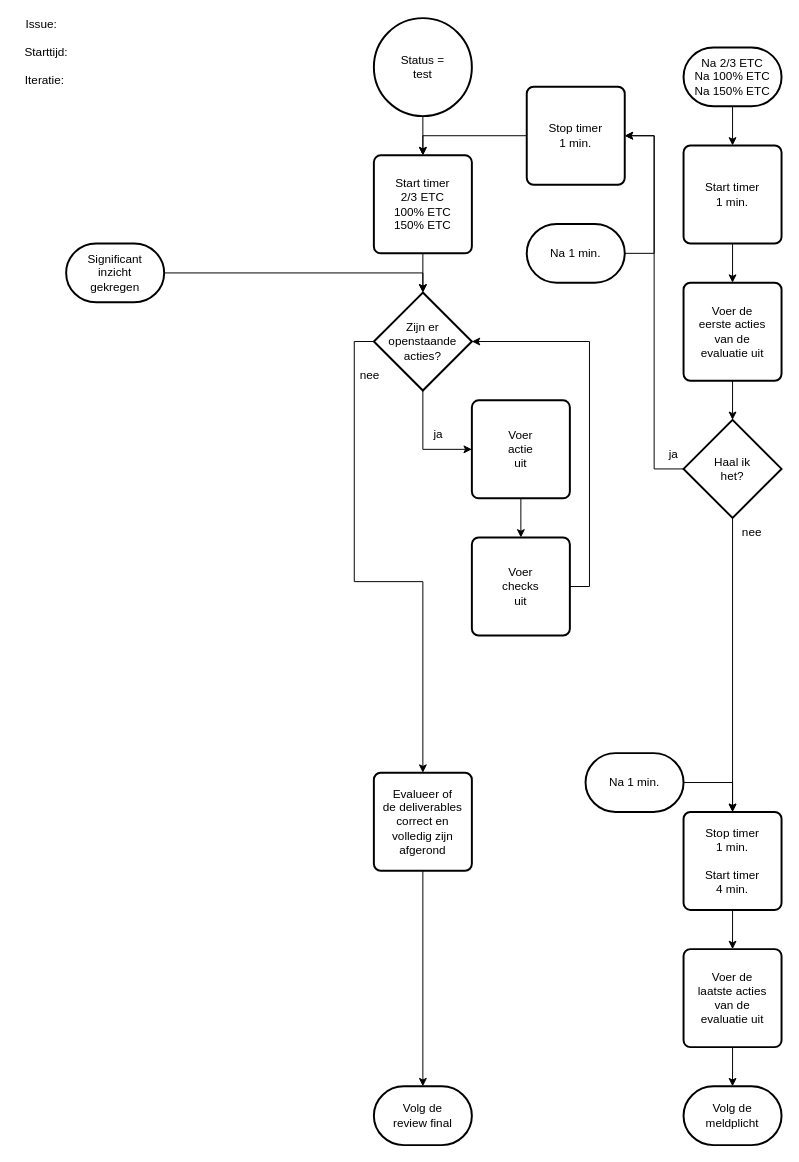
The draw.io diagram 8 Issue Tracker test.drawio in Zaibatsu89/IssueTracker, before the edit. Source tidied: cells renumbered, new cells numbered last; positions are measured from the earlier drawing's top-left corner, leaving out a move shared by most shapes. Both pictures are drawn from the tidied source at 98%, with x=0, y=0 at pixel (17, 18).
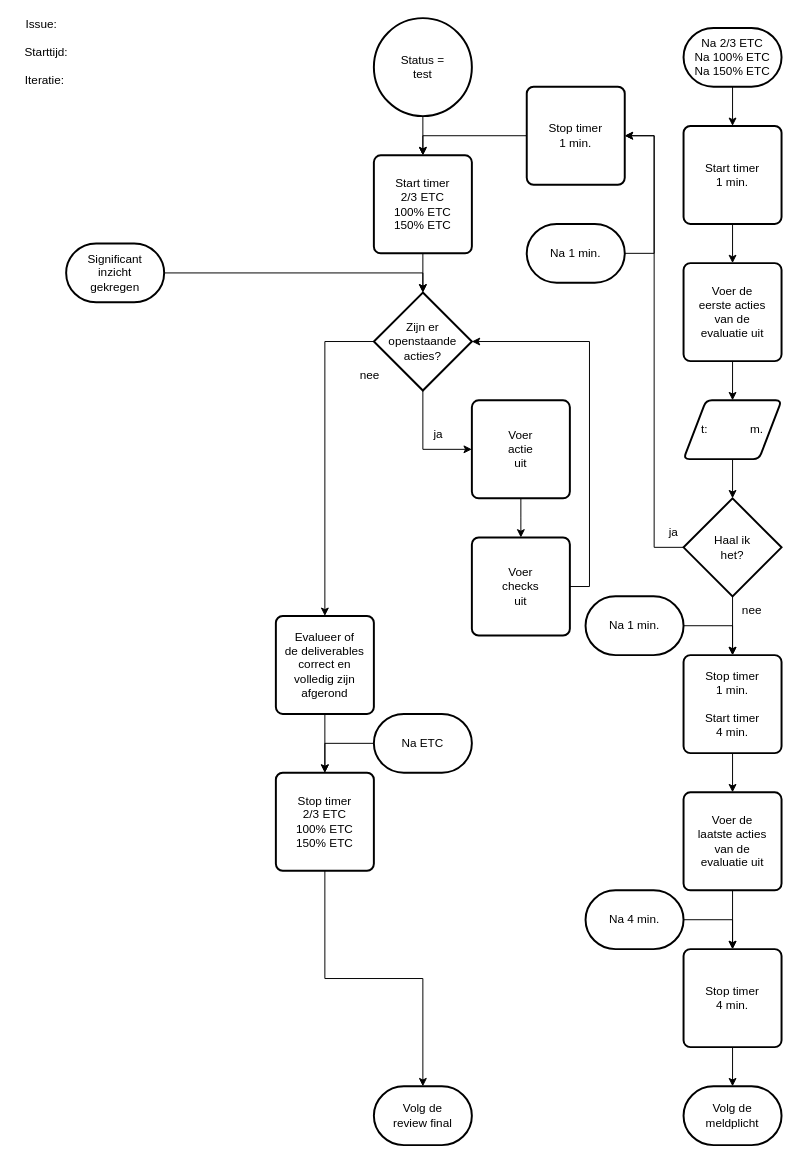
The same page after the edit.

Commit message (it also covers changes not shown here):
herstel stop timer bij 4 minuten evaluatie en 2/3, 100%, 150% ETC in intake, analyse, ontwerp, implementatie en test

Unchanged cells that the change refers to:
```xml
<mxCell id="7" value="Volg de&lt;br&gt;review final" style="strokeWidth=2;html=1;shape=mxgraph.flowchart.terminator;whiteSpace=wrap;" parent="1" vertex="1">
  <mxGeometry x="364" y="1090" width="100" height="60" as="geometry" />
</mxCell>
<mxCell id="30" value="Volg de&lt;br&gt;meldplicht" style="strokeWidth=2;html=1;shape=mxgraph.flowchart.terminator;whiteSpace=wrap;" parent="1" vertex="1">
  <mxGeometry x="680" y="1090" width="100" height="60" as="geometry" />
</mxCell>
```

Change to the diagram source:
```diff
@@
-    <mxCell id="5" style="edgeStyle=orthogonalEdgeStyle;rounded=0;jettySize=auto;html=1;" parent="1" edge="1" source="6" target="7">
-      <mxGeometry relative="1" as="geometry" />
-    </mxCell>
+    <mxCell id="43" style="edgeStyle=orthogonalEdgeStyle;rounded=0;jettySize=auto;html=1;" parent="1" edge="1" source="6" target="46">
+      <mxGeometry relative="1" as="geometry" />
+    </mxCell>
     <mxCell id="6" value="Evalueer of&lt;br&gt;de deliverables&lt;br&gt;correct en&lt;br&gt;volledig zijn&lt;br&gt;afgerond" style="rounded=1;whiteSpace=wrap;html=1;absoluteArcSize=1;arcSize=14;strokeWidth=2;" parent="1" vertex="1">
-      <mxGeometry x="364" y="770" width="100" height="100" as="geometry" />
+      <mxGeometry x="264" y="610" width="100" height="100" as="geometry" />
     </mxCell>
@@
     <mxCell id="10" value="Na 2/3 ETC&lt;br&gt;Na 100% ETC&lt;br&gt;Na 150% ETC" style="strokeWidth=2;html=1;shape=mxgraph.flowchart.terminator;whiteSpace=wrap;" parent="1" vertex="1">
-      <mxGeometry x="680" y="30" width="100" height="60" as="geometry" />
+      <mxGeometry x="680" y="10" width="100" height="60" as="geometry" />
     </mxCell>
@@
     <mxCell id="12" value="Start timer&lt;br&gt;1 min." style="rounded=1;whiteSpace=wrap;html=1;absoluteArcSize=1;arcSize=14;strokeWidth=2;" parent="1" vertex="1">
-      <mxGeometry x="680" y="130" width="100" height="100" as="geometry" />
+      <mxGeometry x="680" y="110" width="100" height="100" as="geometry" />
     </mxCell>
-    <mxCell id="13" style="edgeStyle=orthogonalEdgeStyle;rounded=0;jettySize=auto;html=1;" parent="1" edge="1" source="14" target="17">
-      <mxGeometry relative="1" as="geometry" />
-    </mxCell>
+    <mxCell id="44" style="edgeStyle=orthogonalEdgeStyle;rounded=0;jettySize=auto;html=1;" parent="1" edge="1" source="14" target="49">
+      <mxGeometry relative="1" as="geometry" />
+    </mxCell>
     <mxCell id="14" value="Voer de&lt;br&gt;eerste acties&lt;br&gt;van de&lt;br&gt;evaluatie uit" style="rounded=1;whiteSpace=wrap;html=1;absoluteArcSize=1;arcSize=14;strokeWidth=2;" parent="1" vertex="1">
-      <mxGeometry x="680" y="270" width="100" height="100" as="geometry" />
+      <mxGeometry x="680" y="250" width="100" height="100" as="geometry" />
     </mxCell>
@@
     <mxCell id="17" value="Haal ik&lt;br&gt;het?" style="strokeWidth=2;html=1;shape=mxgraph.flowchart.decision;whiteSpace=wrap;" parent="1" vertex="1">
-      <mxGeometry x="680" y="410" width="100" height="100" as="geometry" />
+      <mxGeometry x="680" y="490" width="100" height="100" as="geometry" />
     </mxCell>
@@
     <mxCell id="22" value="ja" style="text;html=1;whiteSpace=wrap;strokeColor=none;fillColor=none;align=center;verticalAlign=middle;rounded=0;" parent="1" vertex="1">
-      <mxGeometry x="640" y="430" width="60" height="30" as="geometry" />
+      <mxGeometry x="640" y="510" width="60" height="30" as="geometry" />
     </mxCell>
     <mxCell id="23" value="nee" style="text;html=1;whiteSpace=wrap;strokeColor=none;fillColor=none;align=center;verticalAlign=middle;rounded=0;" parent="1" vertex="1">
-      <mxGeometry x="720" y="510" width="60" height="30" as="geometry" />
+      <mxGeometry x="720" y="590" width="60" height="30" as="geometry" />
     </mxCell>
@@
     <mxCell id="25" value="Stop timer&lt;br&gt;1 min.&lt;br&gt;&lt;br&gt;Start timer&lt;br&gt;4 min." style="rounded=1;whiteSpace=wrap;html=1;absoluteArcSize=1;arcSize=14;strokeWidth=2;" parent="1" vertex="1">
-      <mxGeometry x="680" y="810" width="100" height="100" as="geometry" />
+      <mxGeometry x="680" y="650" width="100" height="100" as="geometry" />
     </mxCell>
@@
     <mxCell id="27" value="Na 1 min." style="strokeWidth=2;html=1;shape=mxgraph.flowchart.terminator;whiteSpace=wrap;" parent="1" vertex="1">
-      <mxGeometry x="580" y="750" width="100" height="60" as="geometry" />
+      <mxGeometry x="580" y="590" width="100" height="60" as="geometry" />
     </mxCell>
-    <mxCell id="28" style="edgeStyle=orthogonalEdgeStyle;rounded=0;jettySize=auto;html=1;" parent="1" edge="1" source="29" target="30">
-      <mxGeometry relative="1" as="geometry" />
-    </mxCell>
+    <mxCell id="45" style="edgeStyle=orthogonalEdgeStyle;rounded=0;jettySize=auto;html=1;" parent="1" edge="1" source="29" target="54">
+      <mxGeometry relative="1" as="geometry" />
+    </mxCell>
     <mxCell id="29" value="Voer de&lt;br&gt;laatste acties&lt;br&gt;van de&lt;br&gt;evaluatie uit" style="rounded=1;whiteSpace=wrap;html=1;absoluteArcSize=1;arcSize=14;strokeWidth=2;" parent="1" vertex="1">
-      <mxGeometry x="680" y="950" width="100" height="100" as="geometry" />
+      <mxGeometry x="680" y="790" width="100" height="100" as="geometry" />
     </mxCell>
@@
+    <mxCell id="46" value="Stop timer&lt;br&gt;&lt;div&gt;2/3 ETC&lt;br&gt;100% ETC&lt;br&gt;150% ETC&lt;/div&gt;" style="rounded=1;whiteSpace=wrap;html=1;absoluteArcSize=1;arcSize=14;strokeWidth=2;" parent="1" vertex="1">
+      <mxGeometry x="264" y="770" width="100" height="100" as="geometry" />
+    </mxCell>
+    <mxCell id="47" style="edgeStyle=orthogonalEdgeStyle;rounded=0;jettySize=auto;html=1;exitX=1;exitY=0.5;exitDx=0;exitDy=0;exitPerimeter=0;entryX=0.5;entryY=0;entryDx=0;entryDy=0;" parent="1" edge="1" source="48" target="54">
+      <mxGeometry relative="1" as="geometry" />
+    </mxCell>
+    <mxCell id="48" value="Na 4 min." style="strokeWidth=2;html=1;shape=mxgraph.flowchart.terminator;whiteSpace=wrap;" parent="1" vertex="1">
+      <mxGeometry x="580" y="890" width="100" height="60" as="geometry" />
+    </mxCell>
+    <mxCell id="49" value="t:&amp;nbsp; &amp;nbsp; &amp;nbsp; &amp;nbsp; &amp;nbsp; &amp;nbsp; &amp;nbsp;m." style="shape=parallelogram;html=1;strokeWidth=2;perimeter=parallelogramPerimeter;whiteSpace=wrap;rounded=1;arcSize=12;size=0.23;" parent="1" vertex="1">
+      <mxGeometry x="680" y="390" width="100" height="60" as="geometry" />
+    </mxCell>
+    <mxCell id="50" style="edgeStyle=orthogonalEdgeStyle;rounded=0;jettySize=auto;html=1;exitX=0.5;exitY=1;exitDx=0;exitDy=0;entryX=0.5;entryY=0;entryDx=0;entryDy=0;entryPerimeter=0;" parent="1" edge="1" source="46" target="7">
+      <mxGeometry relative="1" as="geometry" />
+    </mxCell>
+    <mxCell id="51" style="edgeStyle=orthogonalEdgeStyle;rounded=0;jettySize=auto;html=1;exitX=0;exitY=0.5;exitDx=0;exitDy=0;exitPerimeter=0;entryX=0.5;entryY=0;entryDx=0;entryDy=0;" parent="1" edge="1" source="52" target="46">
+      <mxGeometry relative="1" as="geometry" />
+    </mxCell>
+    <mxCell id="52" value="Na ETC" style="strokeWidth=2;html=1;shape=mxgraph.flowchart.terminator;whiteSpace=wrap;" parent="1" vertex="1">
+      <mxGeometry x="364" y="710" width="100" height="60" as="geometry" />
+    </mxCell>
+    <mxCell id="53" style="edgeStyle=orthogonalEdgeStyle;rounded=0;jettySize=auto;html=1;" parent="1" edge="1" source="54" target="30">
+      <mxGeometry relative="1" as="geometry" />
+    </mxCell>
+    <mxCell id="54" value="Stop timer&lt;br&gt;&lt;div&gt;4 min.&lt;/div&gt;" style="rounded=1;whiteSpace=wrap;html=1;absoluteArcSize=1;arcSize=14;strokeWidth=2;" parent="1" vertex="1">
+      <mxGeometry x="680" y="950" width="100" height="100" as="geometry" />
+    </mxCell>
+    <mxCell id="55" style="edgeStyle=orthogonalEdgeStyle;rounded=0;jettySize=auto;html=1;exitX=0.5;exitY=1;exitDx=0;exitDy=0;entryX=0.5;entryY=0;entryDx=0;entryDy=0;entryPerimeter=0;" parent="1" edge="1" source="49" target="17">
+      <mxGeometry relative="1" as="geometry" />
+    </mxCell>
```
